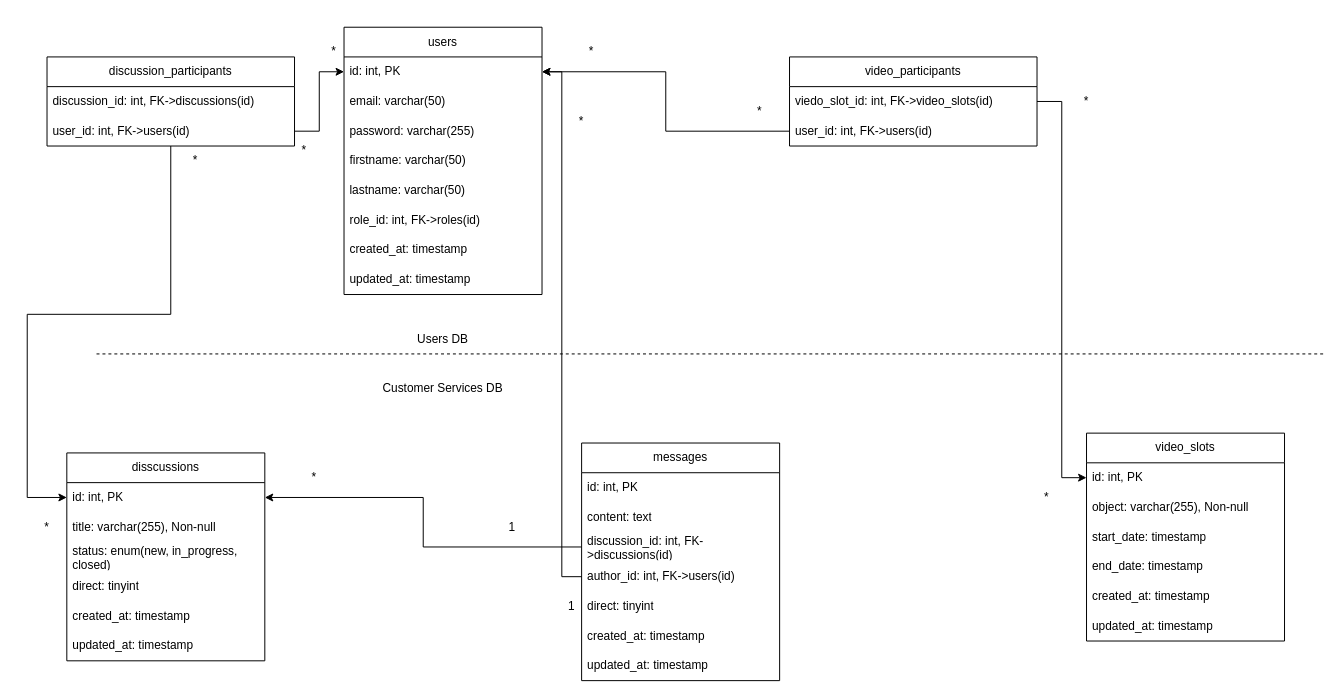
Before: MS_Customer_services_reviews.drawio in TBERT31/P13-YourCarYourWay_MessageApp_JavaAngular, a draw.io diagram. Source tidied: cells renumbered, new cells numbered last; positions are measured from the earlier drawing's top-left corner, leaving out a move shared by most shapes. Both pictures are drawn from the tidied source at 99%, with x=0, y=0 at pixel (17, 27).
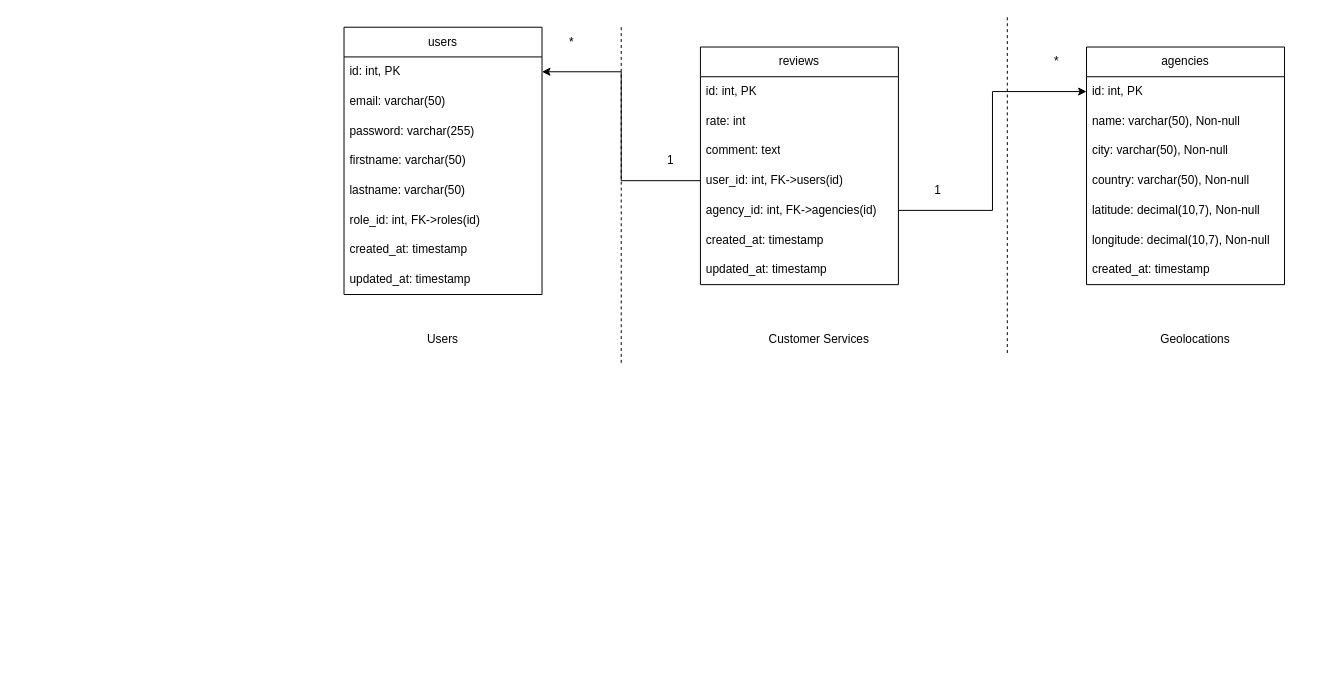
The same page after the edit.

Commit message:
Mettre à jour MS_Customer_services_reviews.drawio

Unchanged cells that the change refers to:
```xml
<mxCell id="4" value="id: int, PK" style="text;strokeColor=none;fillColor=none;align=left;verticalAlign=middle;spacingLeft=4;spacingRight=4;overflow=hidden;points=[[0,0.5],[1,0.5]];portConstraint=eastwest;whiteSpace=wrap;html=1;" parent="3" vertex="1">
  <mxGeometry y="30" width="200" height="30" as="geometry" />
</mxCell>
```

Diff of the diagram source:
```diff
@@
     <mxCell id="2" style="endArrow=none;dashed=1;html=1;rounded=0;" parent="1" edge="1">
       <mxGeometry relative="1" as="geometry">
-        <mxPoint x="80" y="330" as="sourcePoint" />
-        <mxPoint x="1320" y="330" as="targetPoint" />
+        <mxPoint x="610" as="sourcePoint" />
+        <mxPoint x="610" y="340" as="targetPoint" />
       </mxGeometry>
     </mxCell>
@@
-    <mxCell id="12" value="Customer Services DB" style="text;html=1;align=center;verticalAlign=middle;whiteSpace=wrap;rounded=0;" parent="1" vertex="1">
-      <mxGeometry x="350" y="350" width="160" height="30" as="geometry" />
+    <mxCell id="12" value="Geolocations" style="text;html=1;align=center;verticalAlign=middle;whiteSpace=wrap;rounded=0;" parent="1" vertex="1">
+      <mxGeometry x="1110" y="300" width="160" height="30" as="geometry" />
     </mxCell>
-    <mxCell id="13" value="Users DB" style="text;html=1;align=center;verticalAlign=middle;whiteSpace=wrap;rounded=0;" parent="1" vertex="1">
+    <mxCell id="13" value="Users" style="text;html=1;align=center;verticalAlign=middle;whiteSpace=wrap;rounded=0;" parent="1" vertex="1">
       <mxGeometry x="380" y="300" width="100" height="30" as="geometry" />
     </mxCell>
-    <mxCell id="14" value="disscussions" style="swimlane;fontStyle=0;horizontal=1;startSize=30;whiteSpace=wrap;html=1;direction=east;" parent="1" vertex="1">
-      <mxGeometry x="50" y="430" width="200" height="210" as="geometry" />
-    </mxCell>
-    <mxCell id="15" value="id: int, PK" style="text;strokeColor=none;fillColor=none;align=left;verticalAlign=middle;spacingLeft=4;spacingRight=4;overflow=hidden;points=[[0,0.5],[1,0.5]];portConstraint=eastwest;whiteSpace=wrap;html=1;" parent="14" vertex="1">
-      <mxGeometry y="30" width="200" height="30" as="geometry" />
-    </mxCell>
-    <mxCell id="16" value="title: varchar(255), Non-null" style="text;strokeColor=none;fillColor=none;align=left;verticalAlign=middle;spacingLeft=4;spacingRight=4;overflow=hidden;whiteSpace=wrap;html=1;" parent="14" vertex="1">
-      <mxGeometry y="60" width="200" height="30" as="geometry" />
-    </mxCell>
-    <mxCell id="17" value="status: enum(new, in_progress, closed)" style="text;strokeColor=none;fillColor=none;align=left;verticalAlign=middle;spacingLeft=4;spacingRight=4;overflow=hidden;whiteSpace=wrap;html=1;" parent="14" vertex="1">
-      <mxGeometry y="90" width="200" height="30" as="geometry" />
-    </mxCell>
-    <mxCell id="18" value="direct: tinyint" style="text;strokeColor=none;fillColor=none;align=left;verticalAlign=middle;spacingLeft=4;spacingRight=4;overflow=hidden;whiteSpace=wrap;html=1;" parent="14" vertex="1">
-      <mxGeometry y="120" width="200" height="30" as="geometry" />
-    </mxCell>
-    <mxCell id="19" value="created_at: timestamp" style="text;strokeColor=none;fillColor=none;align=left;verticalAlign=middle;spacingLeft=4;spacingRight=4;overflow=hidden;whiteSpace=wrap;html=1;" parent="14" vertex="1">
-      <mxGeometry y="150" width="200" height="30" as="geometry" />
-    </mxCell>
-    <mxCell id="20" value="updated_at: timestamp" style="text;strokeColor=none;fillColor=none;align=left;verticalAlign=middle;spacingLeft=4;spacingRight=4;overflow=hidden;whiteSpace=wrap;html=1;" parent="14" vertex="1">
-      <mxGeometry y="180" width="200" height="30" as="geometry" />
-    </mxCell>
-    <mxCell id="21" value="messages" style="swimlane;fontStyle=0;horizontal=1;startSize=30;whiteSpace=wrap;html=1;direction=east;" parent="1" vertex="1">
-      <mxGeometry x="570" y="420" width="200" height="240" as="geometry" />
-    </mxCell>
-    <mxCell id="22" value="id: int, PK" style="text;strokeColor=none;fillColor=none;align=left;verticalAlign=middle;spacingLeft=4;spacingRight=4;overflow=hidden;whiteSpace=wrap;html=1;" parent="21" vertex="1">
-      <mxGeometry y="30" width="200" height="30" as="geometry" />
-    </mxCell>
-    <mxCell id="23" value="content: text" style="text;strokeColor=none;fillColor=none;align=left;verticalAlign=middle;spacingLeft=4;spacingRight=4;overflow=hidden;whiteSpace=wrap;html=1;" parent="21" vertex="1">
-      <mxGeometry y="60" width="200" height="30" as="geometry" />
-    </mxCell>
-    <mxCell id="24" value="discussion_id: int, FK-&amp;gt;discussions(id)" style="text;strokeColor=none;fillColor=none;align=left;verticalAlign=middle;spacingLeft=4;spacingRight=4;overflow=hidden;points=[[0,0.5],[1,0.5]];portConstraint=eastwest;whiteSpace=wrap;html=1;" parent="21" vertex="1">
-      <mxGeometry y="90" width="200" height="30" as="geometry" />
-    </mxCell>
-    <mxCell id="25" value="author_id: int, FK-&amp;gt;users(id)" style="text;strokeColor=none;fillColor=none;align=left;verticalAlign=middle;spacingLeft=4;spacingRight=4;overflow=hidden;points=[[0,0.5],[1,0.5]];portConstraint=eastwest;whiteSpace=wrap;html=1;" parent="21" vertex="1">
-      <mxGeometry y="120" width="200" height="30" as="geometry" />
-    </mxCell>
-    <mxCell id="26" value="direct: tinyint" style="text;strokeColor=none;fillColor=none;align=left;verticalAlign=middle;spacingLeft=4;spacingRight=4;overflow=hidden;whiteSpace=wrap;html=1;" parent="21" vertex="1">
-      <mxGeometry y="150" width="200" height="30" as="geometry" />
-    </mxCell>
+    <mxCell id="60" value="reviews" style="swimlane;fontStyle=0;horizontal=1;startSize=30;whiteSpace=wrap;html=1;direction=east;" parent="1" vertex="1">
+      <mxGeometry x="690" y="20" width="200" height="240" as="geometry" />
+    </mxCell>
+    <mxCell id="61" value="id: int, PK" style="text;strokeColor=none;fillColor=none;align=left;verticalAlign=middle;spacingLeft=4;spacingRight=4;overflow=hidden;whiteSpace=wrap;html=1;" parent="60" vertex="1">
+      <mxGeometry y="30" width="200" height="30" as="geometry" />
+    </mxCell>
+    <mxCell id="62" value="rate: int" style="text;strokeColor=none;fillColor=none;align=left;verticalAlign=middle;spacingLeft=4;spacingRight=4;overflow=hidden;whiteSpace=wrap;html=1;" parent="60" vertex="1">
+      <mxGeometry y="60" width="200" height="30" as="geometry" />
+    </mxCell>
+    <mxCell id="63" value="comment: text" style="text;strokeColor=none;fillColor=none;align=left;verticalAlign=middle;spacingLeft=4;spacingRight=4;overflow=hidden;whiteSpace=wrap;html=1;" parent="60" vertex="1">
+      <mxGeometry y="90" width="200" height="30" as="geometry" />
+    </mxCell>
+    <mxCell id="64" value="user_id: int, FK-&amp;gt;users(id)" style="text;strokeColor=none;fillColor=none;align=left;verticalAlign=middle;spacingLeft=4;spacingRight=4;overflow=hidden;points=[[0,0.5],[1,0.5]];portConstraint=eastwest;whiteSpace=wrap;html=1;" parent="60" vertex="1">
+      <mxGeometry y="120" width="200" height="30" as="geometry" />
+    </mxCell>
+    <mxCell id="65" value="agency_id: int, FK-&amp;gt;agencies(id)" style="text;strokeColor=none;fillColor=none;align=left;verticalAlign=middle;spacingLeft=4;spacingRight=4;overflow=hidden;points=[[0,0.5],[1,0.5]];portConstraint=eastwest;whiteSpace=wrap;html=1;" parent="60" vertex="1">
+      <mxGeometry y="150" width="200" height="30" as="geometry" />
+    </mxCell>
-    <mxCell id="27" value="created_at: timestamp" style="text;strokeColor=none;fillColor=none;align=left;verticalAlign=middle;spacingLeft=4;spacingRight=4;overflow=hidden;whiteSpace=wrap;html=1;" parent="21" vertex="1">
+    <mxCell id="27" value="created_at: timestamp" style="text;strokeColor=none;fillColor=none;align=left;verticalAlign=middle;spacingLeft=4;spacingRight=4;overflow=hidden;whiteSpace=wrap;html=1;" parent="60" vertex="1">
       <mxGeometry y="180" width="200" height="30" as="geometry" />
     </mxCell>
-    <mxCell id="28" value="updated_at: timestamp" style="text;strokeColor=none;fillColor=none;align=left;verticalAlign=middle;spacingLeft=4;spacingRight=4;overflow=hidden;whiteSpace=wrap;html=1;" parent="21" vertex="1">
+    <mxCell id="28" value="updated_at: timestamp" style="text;strokeColor=none;fillColor=none;align=left;verticalAlign=middle;spacingLeft=4;spacingRight=4;overflow=hidden;whiteSpace=wrap;html=1;" parent="60" vertex="1">
       <mxGeometry y="210" width="200" height="30" as="geometry" />
     </mxCell>
-    <mxCell id="29" value="video_slots" style="swimlane;fontStyle=0;horizontal=1;startSize=30;whiteSpace=wrap;html=1;direction=east;" parent="1" vertex="1">
-      <mxGeometry x="1080" y="410" width="200" height="210" as="geometry" />
-    </mxCell>
-    <mxCell id="30" value="id: int, PK" style="text;strokeColor=none;fillColor=none;align=left;verticalAlign=middle;spacingLeft=4;spacingRight=4;overflow=hidden;points=[[0,0.5],[1,0.5]];portConstraint=eastwest;whiteSpace=wrap;html=1;" parent="29" vertex="1">
-      <mxGeometry y="30" width="200" height="30" as="geometry" />
-    </mxCell>
-    <mxCell id="31" value="object: varchar(255), Non-null" style="text;strokeColor=none;fillColor=none;align=left;verticalAlign=middle;spacingLeft=4;spacingRight=4;overflow=hidden;whiteSpace=wrap;html=1;" parent="29" vertex="1">
-      <mxGeometry y="60" width="200" height="30" as="geometry" />
-    </mxCell>
-    <mxCell id="32" value="start_date: timestamp" style="text;strokeColor=none;fillColor=none;align=left;verticalAlign=middle;spacingLeft=4;spacingRight=4;overflow=hidden;whiteSpace=wrap;html=1;" parent="29" vertex="1">
-      <mxGeometry y="90" width="200" height="30" as="geometry" />
-    </mxCell>
-    <mxCell id="33" value="end_date: timestamp" style="text;strokeColor=none;fillColor=none;align=left;verticalAlign=middle;spacingLeft=4;spacingRight=4;overflow=hidden;whiteSpace=wrap;html=1;" parent="29" vertex="1">
-      <mxGeometry y="120" width="200" height="30" as="geometry" />
-    </mxCell>
-    <mxCell id="34" value="created_at: timestamp" style="text;strokeColor=none;fillColor=none;align=left;verticalAlign=middle;spacingLeft=4;spacingRight=4;overflow=hidden;whiteSpace=wrap;html=1;" parent="29" vertex="1">
-      <mxGeometry y="150" width="200" height="30" as="geometry" />
-    </mxCell>
-    <mxCell id="35" value="updated_at: timestamp" style="text;strokeColor=none;fillColor=none;align=left;verticalAlign=middle;spacingLeft=4;spacingRight=4;overflow=hidden;whiteSpace=wrap;html=1;" parent="29" vertex="1">
-      <mxGeometry y="180" width="200" height="30" as="geometry" />
-    </mxCell>
-    <mxCell id="36" style="edgeStyle=orthogonalEdgeStyle;rounded=0;jettySize=auto;html=1;entryX=1;entryY=0.5;entryDx=0;entryDy=0;" parent="1" edge="1" source="25" target="4">
-      <mxGeometry relative="1" as="geometry" />
-    </mxCell>
-    <mxCell id="37" value="*" style="text;html=1;align=center;verticalAlign=middle;whiteSpace=wrap;rounded=0;" parent="1" vertex="1">
-      <mxGeometry x="540" y="80" width="60" height="30" as="geometry" />
-    </mxCell>
-    <mxCell id="38" value="1" style="text;html=1;align=center;verticalAlign=middle;whiteSpace=wrap;rounded=0;" parent="1" vertex="1">
-      <mxGeometry x="530" y="570" width="60" height="30" as="geometry" />
-    </mxCell>
-    <mxCell id="39" value="video_participants" style="swimlane;fontStyle=0;horizontal=1;startSize=30;whiteSpace=wrap;html=1;direction=east;" parent="1" vertex="1">
-      <mxGeometry x="780" y="30" width="250" height="90" as="geometry" />
-    </mxCell>
-    <mxCell id="40" value="viedo_slot_id: int, FK-&amp;gt;video_slots(id)" style="text;strokeColor=none;fillColor=none;align=left;verticalAlign=middle;spacingLeft=4;spacingRight=4;overflow=hidden;points=[[0,0.5],[1,0.5]];portConstraint=eastwest;whiteSpace=wrap;html=1;" parent="39" vertex="1">
-      <mxGeometry y="30" width="250" height="30" as="geometry" />
-    </mxCell>
-    <mxCell id="41" value="user_id: int, FK-&amp;gt;users(id)" style="text;strokeColor=none;fillColor=none;align=left;verticalAlign=middle;spacingLeft=4;spacingRight=4;overflow=hidden;points=[[0,0.5],[1,0.5]];portConstraint=eastwest;whiteSpace=wrap;html=1;" parent="39" vertex="1">
-      <mxGeometry y="60" width="250" height="30" as="geometry" />
-    </mxCell>
-    <mxCell id="42" style="edgeStyle=orthogonalEdgeStyle;rounded=0;jettySize=auto;html=1;entryX=0;entryY=0.5;entryDx=0;entryDy=0;" parent="1" edge="1" source="40" target="30">
-      <mxGeometry relative="1" as="geometry" />
-    </mxCell>
-    <mxCell id="43" style="edgeStyle=orthogonalEdgeStyle;rounded=0;jettySize=auto;html=1;entryX=1;entryY=0.5;entryDx=0;entryDy=0;" parent="1" edge="1" source="41" target="4">
-      <mxGeometry relative="1" as="geometry" />
-    </mxCell>
-    <mxCell id="44" value="*" style="text;html=1;align=center;verticalAlign=middle;whiteSpace=wrap;rounded=0;" parent="1" vertex="1">
-      <mxGeometry x="550" y="10" width="60" height="30" as="geometry" />
-    </mxCell>
-    <mxCell id="45" value="*" style="text;html=1;align=center;verticalAlign=middle;whiteSpace=wrap;rounded=0;" parent="1" vertex="1">
-      <mxGeometry x="1010" y="460" width="60" height="30" as="geometry" />
-    </mxCell>
-    <mxCell id="46" style="edgeStyle=orthogonalEdgeStyle;rounded=0;jettySize=auto;html=1;entryX=0;entryY=0.5;entryDx=0;entryDy=0;" parent="1" edge="1" source="47" target="15">
-      <mxGeometry relative="1" as="geometry" />
-    </mxCell>
-    <mxCell id="47" value="discussion_participants" style="swimlane;fontStyle=0;horizontal=1;startSize=30;whiteSpace=wrap;html=1;direction=east;" parent="1" vertex="1">
-      <mxGeometry x="30" y="30" width="250" height="90" as="geometry" />
-    </mxCell>
-    <mxCell id="48" value="discussion_id: int, FK-&amp;gt;discussions(id)" style="text;strokeColor=none;fillColor=none;align=left;verticalAlign=middle;spacingLeft=4;spacingRight=4;overflow=hidden;whiteSpace=wrap;html=1;" parent="47" vertex="1">
-      <mxGeometry y="30" width="250" height="30" as="geometry" />
-    </mxCell>
-    <mxCell id="49" value="user_id: int, FK-&amp;gt;users(id)" style="text;strokeColor=none;fillColor=none;align=left;verticalAlign=middle;spacingLeft=4;spacingRight=4;overflow=hidden;points=[[0,0.5],[1,0.5]];portConstraint=eastwest;whiteSpace=wrap;html=1;" parent="47" vertex="1">
-      <mxGeometry y="60" width="250" height="30" as="geometry" />
-    </mxCell>
-    <mxCell id="50" value="*" style="text;html=1;align=center;verticalAlign=middle;whiteSpace=wrap;rounded=0;" parent="1" vertex="1">
-      <mxGeometry x="150" y="120" width="60" height="30" as="geometry" />
-    </mxCell>
-    <mxCell id="51" value="*" style="text;html=1;align=center;verticalAlign=middle;whiteSpace=wrap;rounded=0;" parent="1" vertex="1">
-      <mxGeometry x="290" y="10" width="60" height="30" as="geometry" />
-    </mxCell>
-    <mxCell id="52" style="edgeStyle=orthogonalEdgeStyle;rounded=0;jettySize=auto;html=1;entryX=0;entryY=0.5;entryDx=0;entryDy=0;" parent="1" edge="1" source="49" target="4">
-      <mxGeometry relative="1" as="geometry" />
-    </mxCell>
-    <mxCell id="53" value="*" style="text;html=1;align=center;verticalAlign=middle;whiteSpace=wrap;rounded=0;" parent="1" vertex="1">
-      <mxGeometry y="490" width="60" height="30" as="geometry" />
-    </mxCell>
-    <mxCell id="54" value="*" style="text;html=1;align=center;verticalAlign=middle;whiteSpace=wrap;rounded=0;" parent="1" vertex="1">
-      <mxGeometry x="260" y="110" width="60" height="30" as="geometry" />
-    </mxCell>
-    <mxCell id="55" value="*" style="text;html=1;align=center;verticalAlign=middle;whiteSpace=wrap;rounded=0;" parent="1" vertex="1">
-      <mxGeometry x="720" y="70" width="60" height="30" as="geometry" />
-    </mxCell>
-    <mxCell id="56" value="*" style="text;html=1;align=center;verticalAlign=middle;whiteSpace=wrap;rounded=0;" parent="1" vertex="1">
-      <mxGeometry x="1050" y="60" width="60" height="30" as="geometry" />
-    </mxCell>
-    <mxCell id="57" style="edgeStyle=orthogonalEdgeStyle;rounded=0;jettySize=auto;html=1;entryX=1;entryY=0.5;entryDx=0;entryDy=0;" parent="1" edge="1" source="24" target="15">
-      <mxGeometry relative="1" as="geometry" />
-    </mxCell>
-    <mxCell id="58" value="1" style="text;html=1;align=center;verticalAlign=middle;whiteSpace=wrap;rounded=0;" parent="1" vertex="1">
-      <mxGeometry x="470" y="490" width="60" height="30" as="geometry" />
-    </mxCell>
-    <mxCell id="59" value="*" style="text;html=1;align=center;verticalAlign=middle;whiteSpace=wrap;rounded=0;" parent="1" vertex="1">
-      <mxGeometry x="270" y="440" width="60" height="30" as="geometry" />
-    </mxCell>
+    <mxCell id="66" style="endArrow=none;dashed=1;html=1;rounded=0;" parent="1" edge="1">
+      <mxGeometry relative="1" as="geometry">
+        <mxPoint x="1000" y="-10" as="sourcePoint" />
+        <mxPoint x="1000" y="330" as="targetPoint" />
+      </mxGeometry>
+    </mxCell>
+    <mxCell id="67" value="agencies" style="swimlane;fontStyle=0;horizontal=1;startSize=30;whiteSpace=wrap;html=1;direction=east;" parent="1" vertex="1">
+      <mxGeometry x="1080" y="20" width="200" height="240" as="geometry" />
+    </mxCell>
+    <mxCell id="68" value="id: int, PK" style="text;strokeColor=none;fillColor=none;align=left;verticalAlign=middle;spacingLeft=4;spacingRight=4;overflow=hidden;points=[[0,0.5],[1,0.5]];portConstraint=eastwest;whiteSpace=wrap;html=1;" parent="67" vertex="1">
+      <mxGeometry y="30" width="200" height="30" as="geometry" />
+    </mxCell>
+    <mxCell id="69" value="name: varchar(50), Non-null" style="text;strokeColor=none;fillColor=none;align=left;verticalAlign=middle;spacingLeft=4;spacingRight=4;overflow=hidden;whiteSpace=wrap;html=1;" parent="67" vertex="1">
+      <mxGeometry y="60" width="200" height="30" as="geometry" />
+    </mxCell>
+    <mxCell id="70" value="city: varchar(50), Non-null" style="text;strokeColor=none;fillColor=none;align=left;verticalAlign=middle;spacingLeft=4;spacingRight=4;overflow=hidden;whiteSpace=wrap;html=1;" parent="67" vertex="1">
+      <mxGeometry y="90" width="200" height="30" as="geometry" />
+    </mxCell>
+    <mxCell id="71" value="country: varchar(50), Non-null" style="text;strokeColor=none;fillColor=none;align=left;verticalAlign=middle;spacingLeft=4;spacingRight=4;overflow=hidden;whiteSpace=wrap;html=1;" parent="67" vertex="1">
+      <mxGeometry y="120" width="200" height="30" as="geometry" />
+    </mxCell>
+    <mxCell id="72" value="latitude: decimal(10,7), Non-null" style="text;strokeColor=none;fillColor=none;align=left;verticalAlign=middle;spacingLeft=4;spacingRight=4;overflow=hidden;whiteSpace=wrap;html=1;" parent="67" vertex="1">
+      <mxGeometry y="150" width="200" height="30" as="geometry" />
+    </mxCell>
+    <mxCell id="73" value="longitude: decimal(10,7), Non-null" style="text;strokeColor=none;fillColor=none;align=left;verticalAlign=middle;spacingLeft=4;spacingRight=4;overflow=hidden;whiteSpace=wrap;html=1;" parent="67" vertex="1">
+      <mxGeometry y="180" width="200" height="30" as="geometry" />
+    </mxCell>
+    <mxCell id="74" value="created_at: timestamp" style="text;strokeColor=none;fillColor=none;align=left;verticalAlign=middle;spacingLeft=4;spacingRight=4;overflow=hidden;whiteSpace=wrap;html=1;" parent="67" vertex="1">
+      <mxGeometry y="210" width="200" height="30" as="geometry" />
+    </mxCell>
+    <mxCell id="75" value="Customer Services" style="text;html=1;align=center;verticalAlign=middle;whiteSpace=wrap;rounded=0;" parent="1" vertex="1">
+      <mxGeometry x="730" y="300" width="160" height="30" as="geometry" />
+    </mxCell>
+    <mxCell id="76" style="edgeStyle=orthogonalEdgeStyle;rounded=0;jettySize=auto;html=1;entryX=1;entryY=0.5;entryDx=0;entryDy=0;" parent="1" edge="1" source="64" target="4">
+      <mxGeometry relative="1" as="geometry" />
+    </mxCell>
+    <mxCell id="77" style="edgeStyle=orthogonalEdgeStyle;rounded=0;jettySize=auto;html=1;entryX=0;entryY=0.5;entryDx=0;entryDy=0;" parent="1" edge="1" source="65" target="68">
+      <mxGeometry relative="1" as="geometry" />
+    </mxCell>
+    <mxCell id="78" value="1" style="text;html=1;align=center;verticalAlign=middle;whiteSpace=wrap;rounded=0;" parent="1" vertex="1">
+      <mxGeometry x="630" y="120" width="60" height="30" as="geometry" />
+    </mxCell>
+    <mxCell id="79" value="*" style="text;html=1;align=center;verticalAlign=middle;whiteSpace=wrap;rounded=0;" parent="1" vertex="1">
+      <mxGeometry x="1020" y="20" width="60" height="30" as="geometry" />
+    </mxCell>
+    <mxCell id="80" value="*" style="text;html=1;align=center;verticalAlign=middle;whiteSpace=wrap;rounded=0;" parent="1" vertex="1">
+      <mxGeometry x="530" width="60" height="30" as="geometry" />
+    </mxCell>
+    <mxCell id="81" value="1" style="text;html=1;align=center;verticalAlign=middle;whiteSpace=wrap;rounded=0;" parent="1" vertex="1">
+      <mxGeometry x="900" y="150" width="60" height="30" as="geometry" />
+    </mxCell>
```
